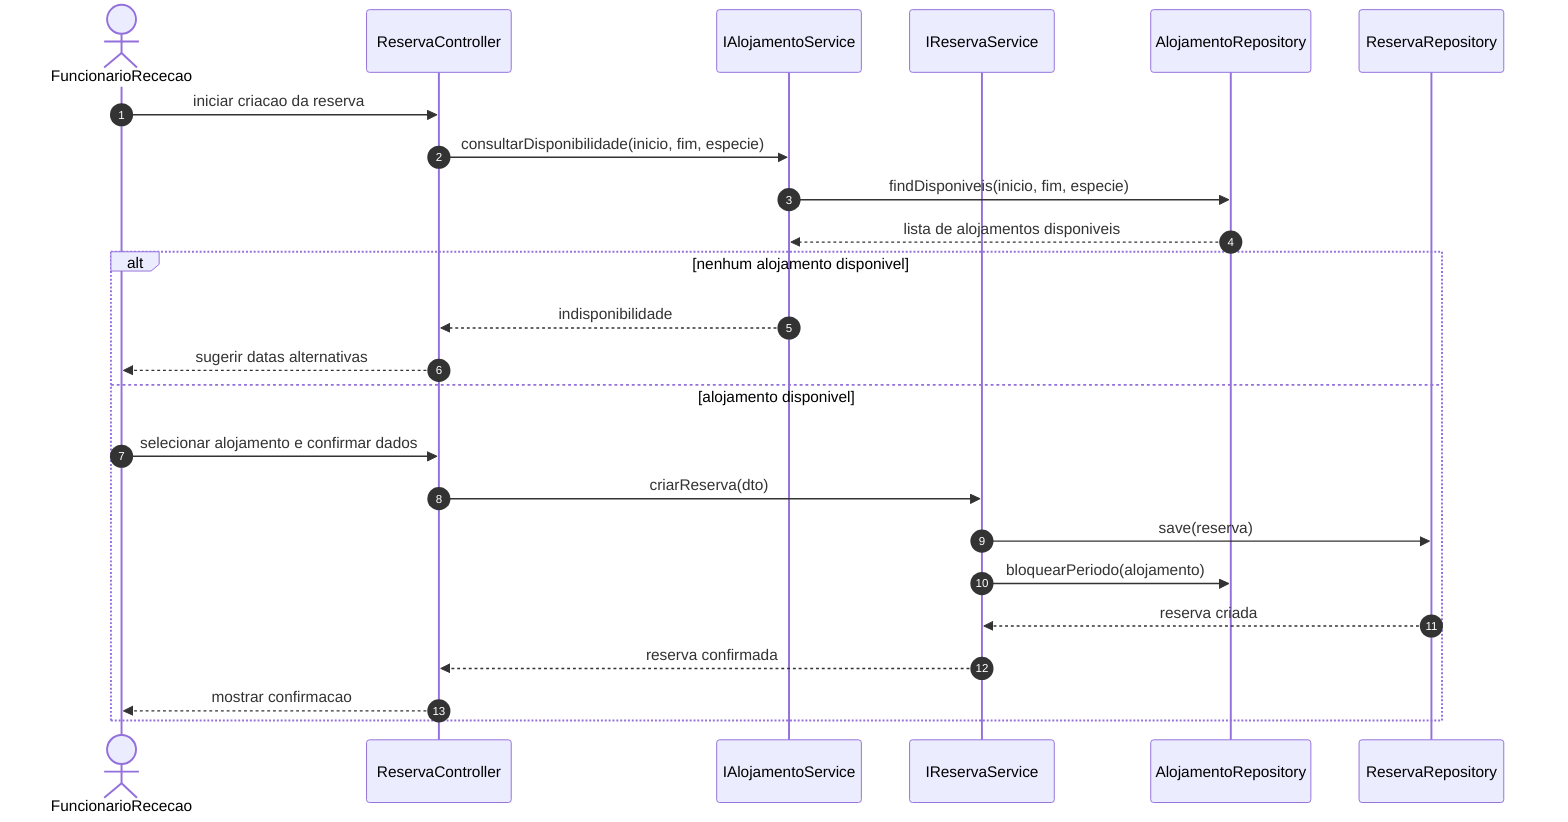
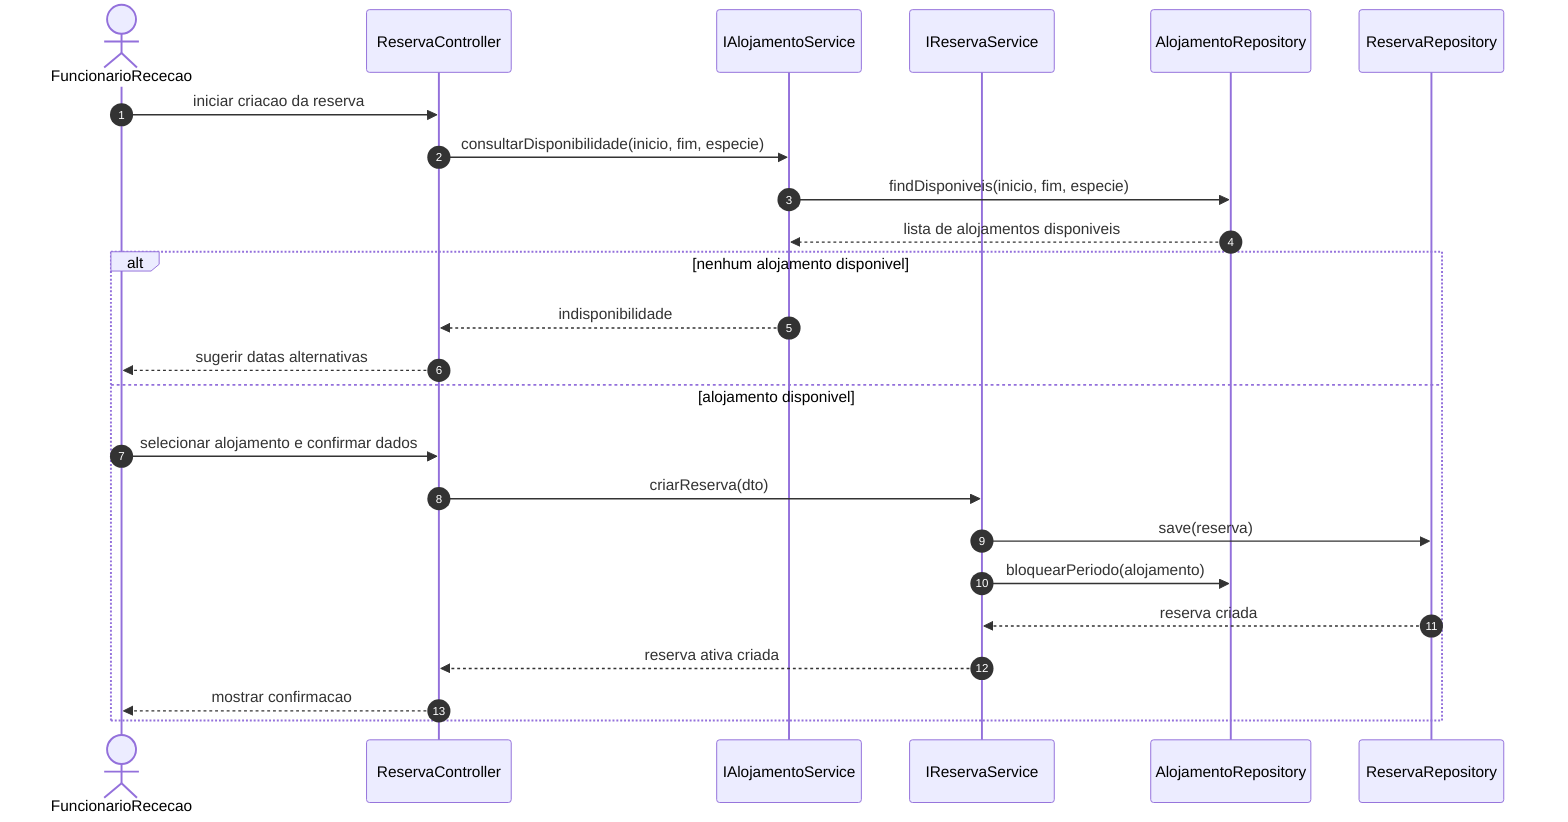
sequenceDiagram
    autonumber
    actor FuncionarioRececao
    participant ReservaController
    participant IAlojamentoService
    participant IReservaService
    participant AlojamentoRepository
    participant ReservaRepository

    FuncionarioRececao->>ReservaController: iniciar criacao da reserva
    ReservaController->>IAlojamentoService: consultarDisponibilidade(inicio, fim, especie)
    IAlojamentoService->>AlojamentoRepository: findDisponiveis(inicio, fim, especie)
    AlojamentoRepository-->>IAlojamentoService: lista de alojamentos disponiveis
    alt nenhum alojamento disponivel
        IAlojamentoService-->>ReservaController: indisponibilidade
        ReservaController-->>FuncionarioRececao: sugerir datas alternativas
    else alojamento disponivel
        FuncionarioRececao->>ReservaController: selecionar alojamento e confirmar dados
        ReservaController->>IReservaService: criarReserva(dto)
        IReservaService->>ReservaRepository: save(reserva)
        IReservaService->>AlojamentoRepository: bloquearPeriodo(alojamento)
        ReservaRepository-->>IReservaService: reserva criada
-         IReservaService-->>ReservaController: reserva confirmada
+         IReservaService-->>ReservaController: reserva ativa criada
        ReservaController-->>FuncionarioRececao: mostrar confirmacao
    end
